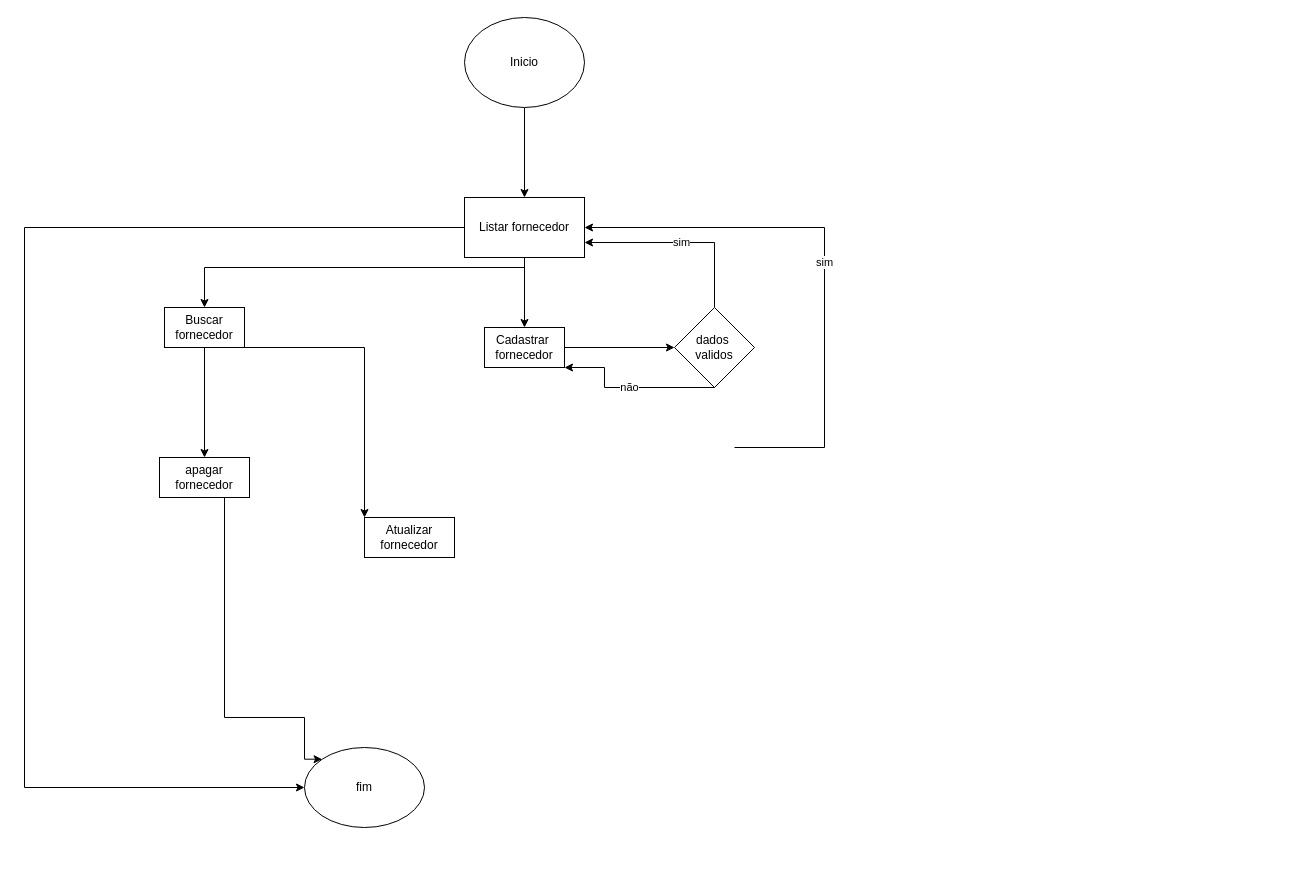
The draw.io diagram page "Cliente" (1 of 3) of Doc/Fluxograma.drawio in matheusvenanciodossantos/Diagrama, before the edit. Source tidied: cells renumbered, new cells numbered last; positions are measured from the earlier drawing's top-left corner, leaving out a move shared by most shapes. Both pictures are drawn from the tidied source at 100%, with x=0, y=0 at pixel (24, 17).
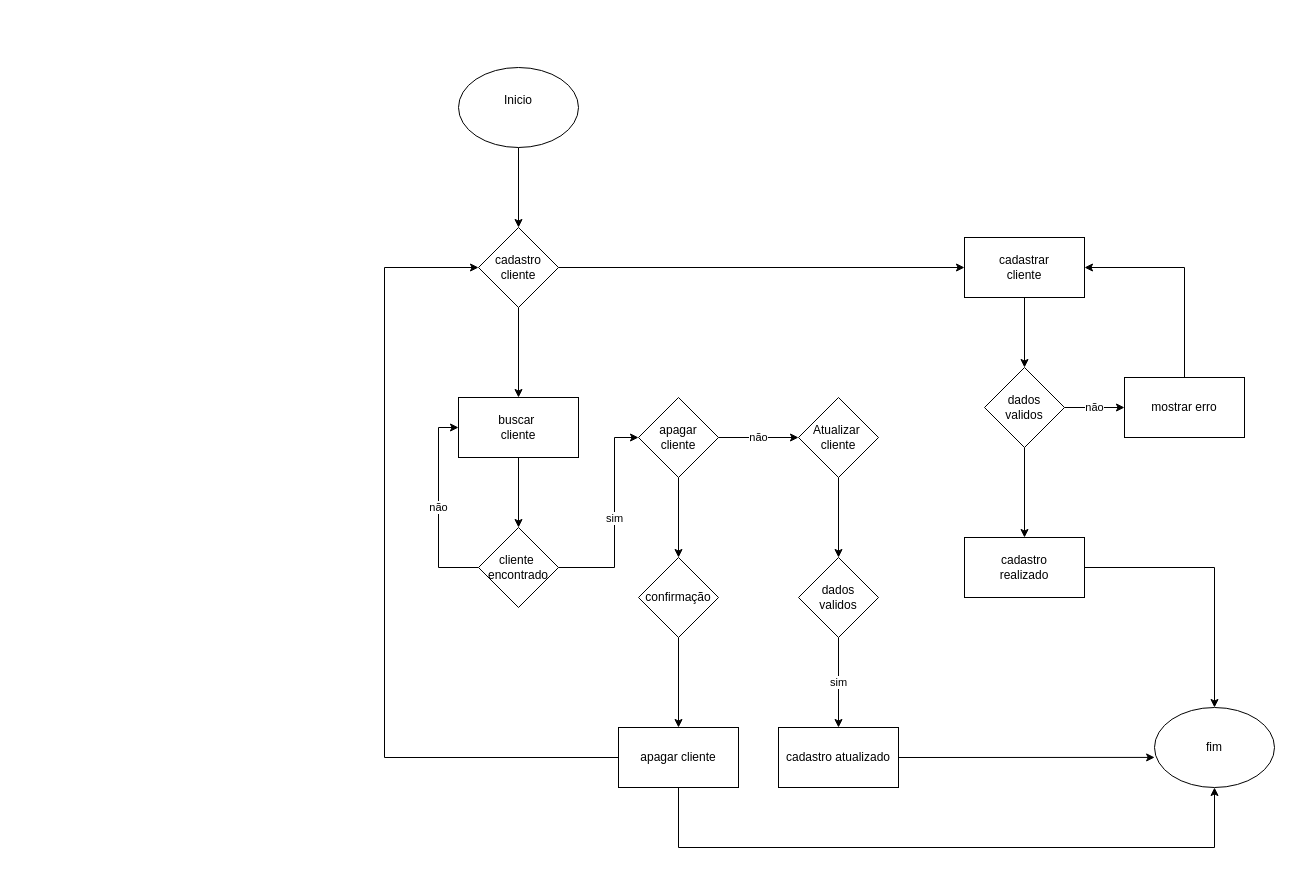
The same diagram, later.

Diff of the diagram source:
```diff
@@
-    <mxCell id="2" style="edgeStyle=orthogonalEdgeStyle;rounded=0;jettySize=auto;html=1;" parent="1" edge="1" source="3" target="6">
-      <mxGeometry relative="1" as="geometry" />
-    </mxCell>
+    <mxCell id="22" style="edgeStyle=orthogonalEdgeStyle;rounded=0;jettySize=auto;html=1;" parent="1" edge="1" source="3" target="25">
+      <mxGeometry relative="1" as="geometry" />
+    </mxCell>
-    <mxCell id="3" value="Inicio" style="ellipse;whiteSpace=wrap;html=1;" parent="1" vertex="1">
-      <mxGeometry x="440" width="120" height="90" as="geometry" />
+    <mxCell id="3" value="Inicio&lt;div&gt;&lt;br&gt;&lt;/div&gt;" style="ellipse;whiteSpace=wrap;html=1;" parent="1" vertex="1">
+      <mxGeometry x="434" y="50" width="120" height="80" as="geometry" />
     </mxCell>
-    <mxCell id="4" style="edgeStyle=orthogonalEdgeStyle;rounded=0;jettySize=auto;html=1;" parent="1" edge="1" source="6" target="9">
-      <mxGeometry relative="1" as="geometry">
-        <Array as="points">
-          <mxPoint x="500" y="250" />
-          <mxPoint x="180" y="250" />
-        </Array>
-      </mxGeometry>
-    </mxCell>
-    <mxCell id="5" style="edgeStyle=orthogonalEdgeStyle;rounded=0;jettySize=auto;html=1;" parent="1" edge="1" source="6" target="11">
-      <mxGeometry relative="1" as="geometry" />
-    </mxCell>
-    <mxCell id="6" value="Listar fornecedor" style="whiteSpace=wrap;html=1;" parent="1" vertex="1">
-      <mxGeometry x="440" y="180" width="120" height="60" as="geometry" />
-    </mxCell>
-    <mxCell id="7" style="edgeStyle=orthogonalEdgeStyle;rounded=0;jettySize=auto;html=1;" parent="1" edge="1" source="9" target="12">
-      <mxGeometry relative="1" as="geometry" />
-    </mxCell>
-    <mxCell id="8" style="edgeStyle=orthogonalEdgeStyle;rounded=0;jettySize=auto;html=1;entryX=0;entryY=0;entryDx=0;entryDy=0;" parent="1" edge="1" source="9" target="13">
-      <mxGeometry relative="1" as="geometry">
-        <Array as="points">
-          <mxPoint x="340" y="330" />
-        </Array>
-      </mxGeometry>
-    </mxCell>
-    <mxCell id="9" value="Buscar fornecedor" style="rounded=0;whiteSpace=wrap;html=1;" parent="1" vertex="1">
-      <mxGeometry x="140" y="290" width="80" height="40" as="geometry" />
-    </mxCell>
-    <mxCell id="10" style="edgeStyle=orthogonalEdgeStyle;rounded=0;jettySize=auto;html=1;" parent="1" edge="1" source="11" target="19">
-      <mxGeometry relative="1" as="geometry" />
-    </mxCell>
-    <mxCell id="11" value="Cadastrar&amp;nbsp;&lt;div&gt;fornecedor&lt;/div&gt;" style="rounded=0;whiteSpace=wrap;html=1;" parent="1" vertex="1">
-      <mxGeometry x="460" y="310" width="80" height="40" as="geometry" />
-    </mxCell>
-    <mxCell id="12" value="apagar fornecedor" style="rounded=0;whiteSpace=wrap;html=1;" parent="1" vertex="1">
-      <mxGeometry x="135" y="440" width="90" height="40" as="geometry" />
-    </mxCell>
-    <mxCell id="13" value="Atualizar fornecedor" style="rounded=0;whiteSpace=wrap;html=1;" parent="1" vertex="1">
-      <mxGeometry x="340" y="500" width="90" height="40" as="geometry" />
-    </mxCell>
-    <mxCell id="14" value="sim" style="endArrow=classic;html=1;rounded=0;entryX=1;entryY=0.5;entryDx=0;entryDy=0;" parent="1" edge="1" target="6">
-      <mxGeometry relative="1" as="geometry">
-        <mxPoint x="710" y="430" as="sourcePoint" />
-        <Array as="points">
-          <mxPoint x="800" y="430" />
-          <mxPoint x="800" y="210" />
-        </Array>
-      </mxGeometry>
-    </mxCell>
-    <mxCell id="15" style="endArrow=classic;html=1;rounded=0;entryX=0;entryY=0.5;entryDx=0;entryDy=0;" parent="1" edge="1" target="16">
-      <mxGeometry relative="1" as="geometry">
-        <mxPoint x="440" y="210" as="sourcePoint" />
-        <Array as="points">
-          <mxPoint y="210" />
-          <mxPoint y="770" />
-        </Array>
-      </mxGeometry>
-    </mxCell>
+    <mxCell id="23" style="edgeStyle=orthogonalEdgeStyle;rounded=0;jettySize=auto;html=1;" parent="1" edge="1" source="25" target="27">
+      <mxGeometry relative="1" as="geometry" />
+    </mxCell>
+    <mxCell id="24" style="edgeStyle=orthogonalEdgeStyle;rounded=0;jettySize=auto;html=1;" parent="1" edge="1" source="25" target="45">
+      <mxGeometry relative="1" as="geometry" />
+    </mxCell>
+    <mxCell id="25" value="cadastro&lt;div&gt;cliente&lt;/div&gt;" style="rhombus;whiteSpace=wrap;html=1;" parent="1" vertex="1">
+      <mxGeometry x="454" y="210" width="80" height="80" as="geometry" />
+    </mxCell>
+    <mxCell id="26" style="edgeStyle=orthogonalEdgeStyle;rounded=0;jettySize=auto;html=1;" parent="1" edge="1" source="27" target="30">
+      <mxGeometry relative="1" as="geometry" />
+    </mxCell>
+    <mxCell id="27" value="buscar&amp;nbsp;&lt;div&gt;cliente&lt;/div&gt;" style="whiteSpace=wrap;html=1;" parent="1" vertex="1">
+      <mxGeometry x="434" y="380" width="120" height="60" as="geometry" />
+    </mxCell>
+    <mxCell id="28" value="não" style="edgeStyle=orthogonalEdgeStyle;rounded=0;jettySize=auto;html=1;entryX=0;entryY=0.5;entryDx=0;entryDy=0;" parent="1" edge="1" source="30" target="27">
+      <mxGeometry relative="1" as="geometry">
+        <Array as="points">
+          <mxPoint x="414" y="550" />
+          <mxPoint x="414" y="410" />
+        </Array>
+      </mxGeometry>
+    </mxCell>
+    <mxCell id="29" value="sim" style="edgeStyle=orthogonalEdgeStyle;rounded=0;jettySize=auto;html=1;" parent="1" edge="1" source="30" target="33">
+      <mxGeometry relative="1" as="geometry">
+        <Array as="points">
+          <mxPoint x="590" y="550" />
+          <mxPoint x="590" y="420" />
+        </Array>
+      </mxGeometry>
+    </mxCell>
+    <mxCell id="30" value="cliente&amp;nbsp;&lt;div&gt;encontrado&lt;/div&gt;" style="rhombus;whiteSpace=wrap;html=1;" parent="1" vertex="1">
+      <mxGeometry x="454" y="510" width="80" height="80" as="geometry" />
+    </mxCell>
+    <mxCell id="31" style="edgeStyle=orthogonalEdgeStyle;rounded=0;jettySize=auto;html=1;" parent="1" edge="1" source="33" target="35">
+      <mxGeometry relative="1" as="geometry" />
+    </mxCell>
+    <mxCell id="32" value="não" style="edgeStyle=orthogonalEdgeStyle;rounded=0;jettySize=auto;html=1;" parent="1" edge="1" source="33" target="40">
+      <mxGeometry relative="1" as="geometry" />
+    </mxCell>
+    <mxCell id="33" value="apagar&lt;div&gt;cliente&lt;/div&gt;" style="rhombus;whiteSpace=wrap;html=1;" parent="1" vertex="1">
+      <mxGeometry x="614" y="380" width="80" height="80" as="geometry" />
+    </mxCell>
+    <mxCell id="34" style="edgeStyle=orthogonalEdgeStyle;rounded=0;jettySize=auto;html=1;" parent="1" edge="1" source="35" target="38">
+      <mxGeometry relative="1" as="geometry" />
+    </mxCell>
+    <mxCell id="35" value="&lt;div&gt;confirmação&lt;/div&gt;" style="rhombus;whiteSpace=wrap;html=1;" parent="1" vertex="1">
+      <mxGeometry x="614" y="540" width="80" height="80" as="geometry" />
+    </mxCell>
+    <mxCell id="36" style="edgeStyle=orthogonalEdgeStyle;rounded=0;jettySize=auto;html=1;entryX=0;entryY=0.5;entryDx=0;entryDy=0;" parent="1" edge="1" source="38" target="25">
+      <mxGeometry relative="1" as="geometry">
+        <Array as="points">
+          <mxPoint x="360" y="740" />
+          <mxPoint x="360" y="250" />
+        </Array>
+      </mxGeometry>
+    </mxCell>
+    <mxCell id="37" style="edgeStyle=orthogonalEdgeStyle;rounded=0;jettySize=auto;html=1;" parent="1" edge="1" source="38" target="16">
+      <mxGeometry relative="1" as="geometry">
+        <Array as="points">
+          <mxPoint x="654" y="830" />
+          <mxPoint x="1190" y="830" />
+        </Array>
+      </mxGeometry>
+    </mxCell>
+    <mxCell id="38" value="apagar cliente" style="whiteSpace=wrap;html=1;" parent="1" vertex="1">
+      <mxGeometry x="594" y="710" width="120" height="60" as="geometry" />
+    </mxCell>
+    <mxCell id="39" style="edgeStyle=orthogonalEdgeStyle;rounded=0;jettySize=auto;html=1;" parent="1" edge="1" source="40" target="42">
+      <mxGeometry relative="1" as="geometry" />
+    </mxCell>
+    <mxCell id="40" value="Atualizar&amp;nbsp;&lt;div&gt;cliente&lt;/div&gt;" style="rhombus;whiteSpace=wrap;html=1;" parent="1" vertex="1">
+      <mxGeometry x="774" y="380" width="80" height="80" as="geometry" />
+    </mxCell>
+    <mxCell id="41" value="sim" style="edgeStyle=orthogonalEdgeStyle;rounded=0;jettySize=auto;html=1;" parent="1" edge="1" source="42" target="43">
+      <mxGeometry relative="1" as="geometry" />
+    </mxCell>
+    <mxCell id="42" value="dados&lt;div&gt;validos&lt;/div&gt;" style="rhombus;whiteSpace=wrap;html=1;" parent="1" vertex="1">
+      <mxGeometry x="774" y="540" width="80" height="80" as="geometry" />
+    </mxCell>
+    <mxCell id="43" value="cadastro atualizado" style="whiteSpace=wrap;html=1;" parent="1" vertex="1">
+      <mxGeometry x="754" y="710" width="120" height="60" as="geometry" />
+    </mxCell>
+    <mxCell id="44" style="edgeStyle=orthogonalEdgeStyle;rounded=0;jettySize=auto;html=1;" parent="1" edge="1" source="45" target="48">
+      <mxGeometry relative="1" as="geometry" />
+    </mxCell>
+    <mxCell id="45" value="cadastrar&lt;div&gt;cliente&lt;/div&gt;" style="whiteSpace=wrap;html=1;" parent="1" vertex="1">
+      <mxGeometry x="940" y="220" width="120" height="60" as="geometry" />
+    </mxCell>
+    <mxCell id="46" value="não" style="edgeStyle=orthogonalEdgeStyle;rounded=0;jettySize=auto;html=1;" parent="1" edge="1" source="48" target="50">
+      <mxGeometry relative="1" as="geometry" />
+    </mxCell>
+    <mxCell id="47" style="edgeStyle=orthogonalEdgeStyle;rounded=0;jettySize=auto;html=1;" parent="1" edge="1" source="48" target="52">
+      <mxGeometry relative="1" as="geometry" />
+    </mxCell>
+    <mxCell id="48" value="dados&lt;div&gt;validos&lt;/div&gt;" style="rhombus;whiteSpace=wrap;html=1;" parent="1" vertex="1">
+      <mxGeometry x="960" y="350" width="80" height="80" as="geometry" />
+    </mxCell>
+    <mxCell id="49" style="edgeStyle=orthogonalEdgeStyle;rounded=0;jettySize=auto;html=1;entryX=1;entryY=0.5;entryDx=0;entryDy=0;" parent="1" edge="1" source="50" target="45">
+      <mxGeometry relative="1" as="geometry">
+        <Array as="points">
+          <mxPoint x="1160" y="250" />
+        </Array>
+      </mxGeometry>
+    </mxCell>
+    <mxCell id="50" value="mostrar erro" style="whiteSpace=wrap;html=1;" parent="1" vertex="1">
+      <mxGeometry x="1100" y="360" width="120" height="60" as="geometry" />
+    </mxCell>
+    <mxCell id="51" style="edgeStyle=orthogonalEdgeStyle;rounded=0;jettySize=auto;html=1;" parent="1" edge="1" source="52" target="16">
+      <mxGeometry relative="1" as="geometry" />
+    </mxCell>
+    <mxCell id="52" value="cadastro&lt;div&gt;realizado&lt;/div&gt;" style="whiteSpace=wrap;html=1;" parent="1" vertex="1">
+      <mxGeometry x="940" y="520" width="120" height="60" as="geometry" />
+    </mxCell>
     <mxCell id="16" value="fim" style="ellipse;whiteSpace=wrap;html=1;" parent="1" vertex="1">
-      <mxGeometry x="280" y="730" width="120" height="80" as="geometry" />
+      <mxGeometry x="1130" y="690" width="120" height="80" as="geometry" />
     </mxCell>
-    <mxCell id="17" value="sim" style="edgeStyle=orthogonalEdgeStyle;rounded=0;jettySize=auto;html=1;entryX=1;entryY=0.75;entryDx=0;entryDy=0;" parent="1" edge="1" source="19" target="6">
-      <mxGeometry relative="1" as="geometry">
-        <Array as="points">
-          <mxPoint x="690" y="225" />
-        </Array>
-      </mxGeometry>
-    </mxCell>
-    <mxCell id="18" value="não" style="edgeStyle=orthogonalEdgeStyle;rounded=0;jettySize=auto;html=1;entryX=1;entryY=1;entryDx=0;entryDy=0;" parent="1" edge="1" source="19" target="11">
-      <mxGeometry relative="1" as="geometry">
-        <Array as="points">
-          <mxPoint x="580" y="370" />
-          <mxPoint x="580" y="350" />
-        </Array>
-      </mxGeometry>
-    </mxCell>
-    <mxCell id="19" value="dados&amp;nbsp;&lt;div&gt;validos&lt;/div&gt;" style="rhombus;whiteSpace=wrap;html=1;rounded=0;" parent="1" vertex="1">
-      <mxGeometry x="650" y="290" width="80" height="80" as="geometry" />
-    </mxCell>
-    <mxCell id="20" style="edgeStyle=orthogonalEdgeStyle;rounded=0;jettySize=auto;html=1;entryX=0;entryY=0;entryDx=0;entryDy=0;" parent="1" edge="1" source="12" target="16">
-      <mxGeometry relative="1" as="geometry">
-        <Array as="points">
-          <mxPoint x="200" y="700" />
-          <mxPoint x="280" y="700" />
-          <mxPoint x="280" y="742" />
-        </Array>
-      </mxGeometry>
-    </mxCell>
-    <mxCell id="21" style="edgeStyle=orthogonalEdgeStyle;rounded=0;orthogonalLoop=1;jettySize=auto;html=1;exitX=0.5;exitY=1;exitDx=0;exitDy=0;" parent="1" edge="1" source="13" target="13">
-      <mxGeometry relative="1" as="geometry" />
-    </mxCell>
+    <mxCell id="53" style="endArrow=classic;html=1;rounded=0;exitX=1;exitY=0.5;exitDx=0;exitDy=0;entryX=0.001;entryY=0.624;entryDx=0;entryDy=0;entryPerimeter=0;" parent="1" edge="1" source="43" target="16">
+      <mxGeometry relative="1" as="geometry" />
+    </mxCell>
```
